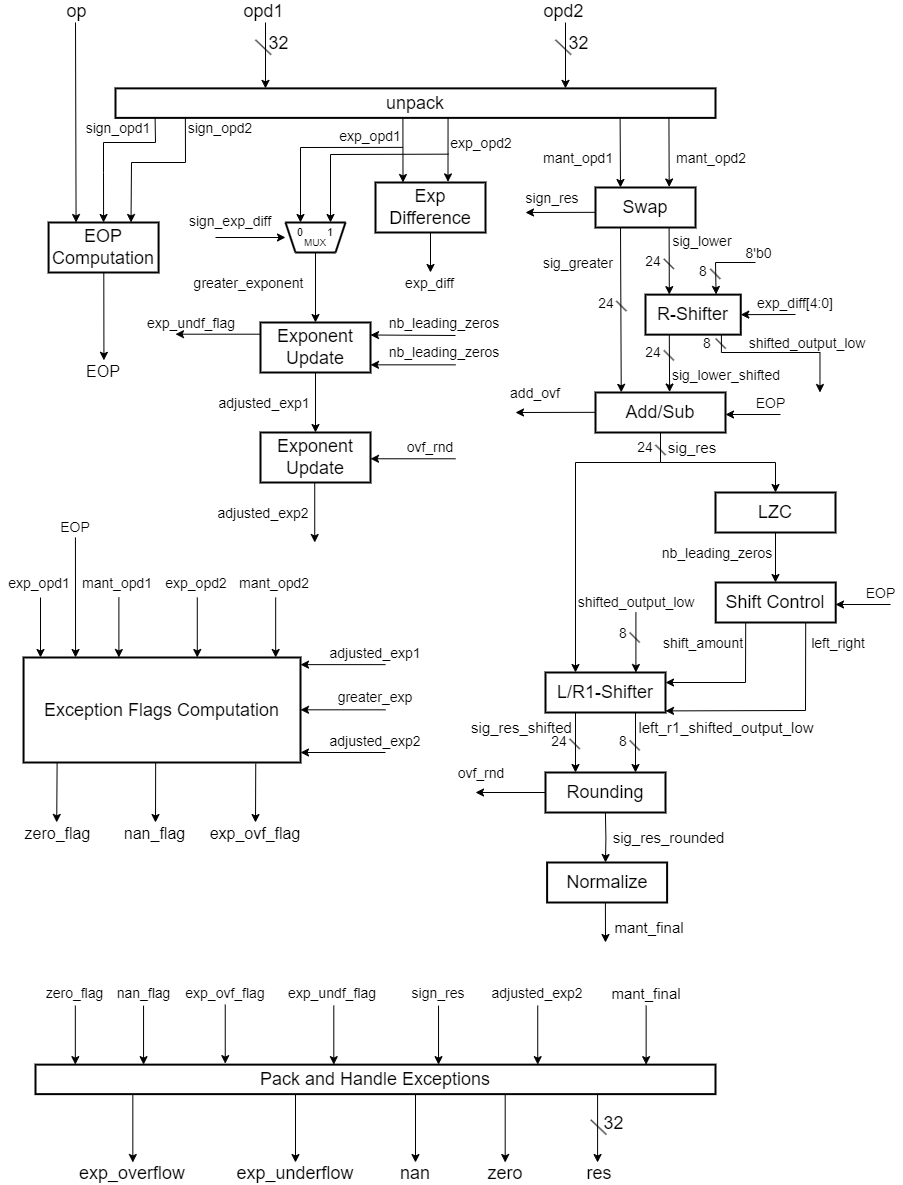
The draw.io diagram fp_add_sub/schematic/fp_add_sub.png in mik300/fpu_design, before a commit. Source tidied: cells renumbered, new cells last; positions are measured from the earlier drawing's top-left corner, leaving out a move shared by most shapes.
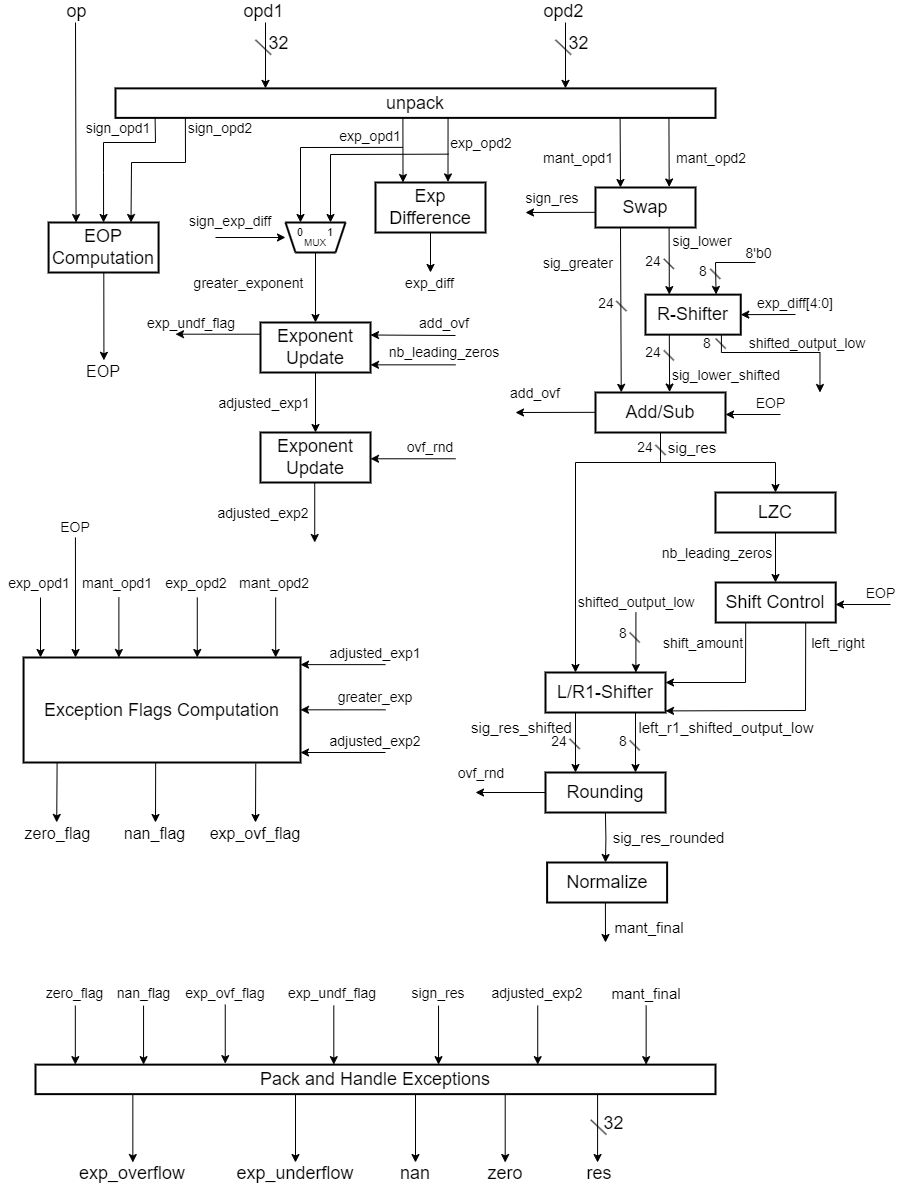
Later version of the same file.

Change to the diagram source:
```diff
@@ -309,7 +309,7 @@
     <mxCell id="75" value="&lt;font style=&quot;font-size: 18px;&quot;&gt;Exponent Update&lt;/font&gt;" style="rounded=0;whiteSpace=wrap;html=1;strokeWidth=2;" parent="1" vertex="1">
       <mxGeometry x="260" y="432" width="110" height="50" as="geometry" />
     </mxCell>
-    <mxCell id="76" value="&lt;span style=&quot;font-size: 14px;&quot;&gt;nb_leading_zeros&lt;/span&gt;" style="text;html=1;align=center;verticalAlign=middle;whiteSpace=wrap;rounded=0;" parent="1" vertex="1">
+    <mxCell id="76" value="&lt;span style=&quot;font-size: 14px;&quot;&gt;add_ovf&lt;/span&gt;" style="text;html=1;align=center;verticalAlign=middle;whiteSpace=wrap;rounded=0;" parent="1" vertex="1">
       <mxGeometry x="385" y="312" width="118.4" height="22.1" as="geometry" />
     </mxCell>
     <mxCell id="77" style="endArrow=classic;html=1;rounded=0;entryX=1;entryY=0.25;entryDx=0;entryDy=0;" parent="1" edge="1" target="74">
```
